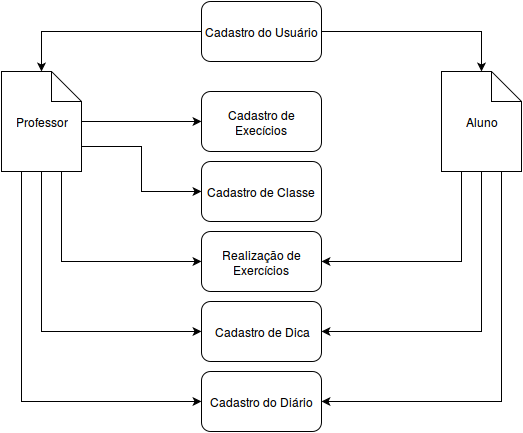
This is sistemadicas.png from gustavoCorreiaGonzalez/artigo-tcc, a draw.io export, as it was before one commit. Source tidied: cells renumbered, new cells last; positions are measured from the earlier drawing's top-left corner, leaving out a move shared by most shapes.
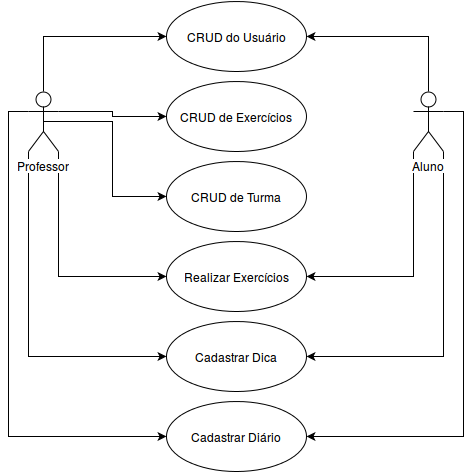
After the commit.

What changed in the source:
```diff
@@ -2,59 +2,59 @@
   <root>
     <mxCell id="0" />
     <mxCell id="1" parent="0" />
-    <mxCell id="2" style="edgeStyle=orthogonalEdgeStyle;rounded=0;html=1;exitX=0;exitY=0.5;entryX=0.5;entryY=0;endArrow=classic;endFill=1;jettySize=auto;" parent="1" edge="1" source="4" target="16">
-      <mxGeometry relative="1" as="geometry" />
-    </mxCell>
-    <mxCell id="3" style="edgeStyle=orthogonalEdgeStyle;rounded=0;html=1;exitX=1;exitY=0.5;endArrow=classic;endFill=1;jettySize=auto;" parent="1" edge="1" source="4" target="10">
-      <mxGeometry relative="1" as="geometry" />
-    </mxCell>
-    <mxCell id="4" value="Cadastro do Usuário&lt;br&gt;" style="rounded=1;whiteSpace=wrap;html=1;" parent="1" vertex="1">
-      <mxGeometry x="200" width="120" height="60" as="geometry" />
-    </mxCell>
-    <mxCell id="5" value="Cadastro de Execícios&lt;br&gt;" style="rounded=1;whiteSpace=wrap;html=1;" parent="1" vertex="1">
-      <mxGeometry x="200" y="90" width="120" height="60" as="geometry" />
-    </mxCell>
-    <mxCell id="6" value="Cadastro de Classe&lt;br&gt;" style="rounded=1;whiteSpace=wrap;html=1;" parent="1" vertex="1">
-      <mxGeometry x="200" y="160" width="120" height="60" as="geometry" />
-    </mxCell>
-    <mxCell id="7" style="edgeStyle=orthogonalEdgeStyle;rounded=0;html=1;exitX=0.25;exitY=1;entryX=1;entryY=0.5;endArrow=classic;endFill=1;jettySize=auto;" parent="1" edge="1" source="10" target="17">
-      <mxGeometry relative="1" as="geometry" />
-    </mxCell>
-    <mxCell id="8" style="edgeStyle=orthogonalEdgeStyle;rounded=0;html=1;exitX=0.5;exitY=1;entryX=1;entryY=0.5;endArrow=classic;endFill=1;jettySize=auto;" parent="1" edge="1" source="10" target="18">
-      <mxGeometry relative="1" as="geometry" />
-    </mxCell>
-    <mxCell id="9" style="edgeStyle=orthogonalEdgeStyle;rounded=0;html=1;exitX=0.75;exitY=1;entryX=1;entryY=0.5;endArrow=classic;endFill=1;jettySize=auto;" parent="1" edge="1" source="10" target="19">
-      <mxGeometry relative="1" as="geometry" />
-    </mxCell>
+    <mxCell id="20" style="edgeStyle=orthogonalEdgeStyle;rounded=0;html=1;exitX=0.5;exitY=0;exitPerimeter=0;entryX=0;entryY=0.5;endArrow=classic;endFill=1;jettySize=auto;" parent="1" edge="1" source="16" target="30">
+      <mxGeometry relative="1" as="geometry" />
+    </mxCell>
+    <mxCell id="21" style="edgeStyle=orthogonalEdgeStyle;rounded=0;html=1;exitX=1;exitY=0.3333333333333333;exitPerimeter=0;entryX=0;entryY=0.5;endArrow=classic;endFill=1;jettySize=auto;" parent="1" edge="1" source="16" target="31">
+      <mxGeometry relative="1" as="geometry" />
+    </mxCell>
+    <mxCell id="22" style="edgeStyle=orthogonalEdgeStyle;rounded=0;html=1;exitX=0.5;exitY=0.5;exitPerimeter=0;entryX=0;entryY=0.5;endArrow=classic;endFill=1;jettySize=auto;" parent="1" edge="1" source="16" target="32">
+      <mxGeometry relative="1" as="geometry" />
+    </mxCell>
+    <mxCell id="23" style="edgeStyle=orthogonalEdgeStyle;rounded=0;html=1;exitX=1;exitY=1;exitPerimeter=0;entryX=0;entryY=0.5;endArrow=classic;endFill=1;jettySize=auto;" parent="1" edge="1" source="16" target="33">
+      <mxGeometry relative="1" as="geometry" />
+    </mxCell>
+    <mxCell id="24" style="edgeStyle=orthogonalEdgeStyle;rounded=0;html=1;exitX=0;exitY=1;exitPerimeter=0;entryX=0;entryY=0.5;endArrow=classic;endFill=1;jettySize=auto;" parent="1" edge="1" source="16" target="34">
+      <mxGeometry relative="1" as="geometry" />
+    </mxCell>
+    <mxCell id="25" style="edgeStyle=orthogonalEdgeStyle;rounded=0;html=1;exitX=0;exitY=0.3333333333333333;exitPerimeter=0;entryX=0;entryY=0.5;endArrow=classic;endFill=1;jettySize=auto;" parent="1" edge="1" source="16" target="35">
+      <mxGeometry relative="1" as="geometry" />
+    </mxCell>
+    <mxCell id="16" value="Professor&lt;br&gt;" style="shape=umlActor;verticalLabelPosition=bottom;labelBackgroundColor=#ffffff;verticalAlign=top;html=1;" parent="1" vertex="1">
+      <mxGeometry x="165" y="100" width="30" height="60" as="geometry" />
+    </mxCell>
+    <mxCell id="26" style="edgeStyle=orthogonalEdgeStyle;rounded=0;html=1;exitX=0.5;exitY=0;exitPerimeter=0;entryX=1;entryY=0.5;endArrow=classic;endFill=1;jettySize=auto;" parent="1" edge="1" source="10" target="30">
+      <mxGeometry relative="1" as="geometry" />
+    </mxCell>
+    <mxCell id="27" style="edgeStyle=orthogonalEdgeStyle;rounded=0;html=1;exitX=0;exitY=1;exitPerimeter=0;entryX=1;entryY=0.5;endArrow=classic;endFill=1;jettySize=auto;" parent="1" edge="1" source="10" target="33">
+      <mxGeometry relative="1" as="geometry" />
+    </mxCell>
+    <mxCell id="28" style="edgeStyle=orthogonalEdgeStyle;rounded=0;html=1;exitX=1;exitY=1;exitPerimeter=0;entryX=1;entryY=0.5;endArrow=classic;endFill=1;jettySize=auto;" parent="1" edge="1" source="10" target="34">
+      <mxGeometry relative="1" as="geometry" />
+    </mxCell>
+    <mxCell id="29" style="edgeStyle=orthogonalEdgeStyle;rounded=0;html=1;exitX=1;exitY=0.3333333333333333;exitPerimeter=0;entryX=1;entryY=0.5;endArrow=classic;endFill=1;jettySize=auto;" parent="1" edge="1" source="10" target="35">
+      <mxGeometry relative="1" as="geometry" />
+    </mxCell>
-    <mxCell id="10" value="Aluno" style="shape=note;whiteSpace=wrap;html=1;" parent="1" vertex="1">
-      <mxGeometry x="440" y="70" width="80" height="100" as="geometry" />
+    <mxCell id="10" value="Aluno&lt;br&gt;" style="shape=umlActor;verticalLabelPosition=bottom;labelBackgroundColor=#ffffff;verticalAlign=top;html=1;" parent="1" vertex="1">
+      <mxGeometry x="550" y="100" width="30" height="60" as="geometry" />
     </mxCell>
-    <mxCell id="11" style="edgeStyle=orthogonalEdgeStyle;rounded=0;html=1;exitX=1;exitY=0.5;entryX=0;entryY=0.5;endArrow=classic;endFill=1;jettySize=auto;" parent="1" edge="1" source="16" target="5">
-      <mxGeometry relative="1" as="geometry" />
-    </mxCell>
-    <mxCell id="12" style="edgeStyle=orthogonalEdgeStyle;rounded=0;html=1;exitX=1;exitY=0.75;entryX=0;entryY=0.5;endArrow=classic;endFill=1;jettySize=auto;" parent="1" edge="1" source="16" target="6">
-      <mxGeometry relative="1" as="geometry" />
-    </mxCell>
-    <mxCell id="13" style="edgeStyle=orthogonalEdgeStyle;rounded=0;html=1;exitX=0.5;exitY=1;entryX=0;entryY=0.5;endArrow=classic;endFill=1;jettySize=auto;" parent="1" edge="1" source="16" target="18">
-      <mxGeometry relative="1" as="geometry" />
-    </mxCell>
-    <mxCell id="14" style="edgeStyle=orthogonalEdgeStyle;rounded=0;html=1;exitX=0.75;exitY=1;entryX=0;entryY=0.5;endArrow=classic;endFill=1;jettySize=auto;" parent="1" edge="1" source="16" target="17">
-      <mxGeometry relative="1" as="geometry" />
-    </mxCell>
-    <mxCell id="15" style="edgeStyle=orthogonalEdgeStyle;rounded=0;html=1;exitX=0.25;exitY=1;entryX=0;entryY=0.5;endArrow=classic;endFill=1;jettySize=auto;" parent="1" edge="1" source="16" target="19">
-      <mxGeometry relative="1" as="geometry" />
-    </mxCell>
-    <mxCell id="16" value="Professor" style="shape=note;whiteSpace=wrap;html=1;" parent="1" vertex="1">
-      <mxGeometry y="70" width="80" height="100" as="geometry" />
-    </mxCell>
-    <mxCell id="17" value="Realização de Exercícios&lt;br&gt;" style="rounded=1;whiteSpace=wrap;html=1;" parent="1" vertex="1">
-      <mxGeometry x="200" y="230" width="120" height="60" as="geometry" />
-    </mxCell>
-    <mxCell id="18" value="Cadastro de Dica" style="rounded=1;whiteSpace=wrap;html=1;" parent="1" vertex="1">
-      <mxGeometry x="200" y="300" width="120" height="60" as="geometry" />
-    </mxCell>
-    <mxCell id="19" value="Cadastro do Diário&lt;br&gt;" style="rounded=1;whiteSpace=wrap;html=1;" parent="1" vertex="1">
-      <mxGeometry x="200" y="370" width="120" height="60" as="geometry" />
-    </mxCell>
+    <mxCell id="30" value="CRUD do Usuário&lt;br&gt;" style="ellipse;whiteSpace=wrap;html=1;" parent="1" vertex="1">
+      <mxGeometry x="303" y="10" width="140" height="70" as="geometry" />
+    </mxCell>
+    <mxCell id="31" value="CRUD de Exercícios&lt;br&gt;" style="ellipse;whiteSpace=wrap;html=1;" parent="1" vertex="1">
+      <mxGeometry x="303" y="90" width="140" height="70" as="geometry" />
+    </mxCell>
+    <mxCell id="32" value="CRUD de Turma&lt;br&gt;" style="ellipse;whiteSpace=wrap;html=1;" parent="1" vertex="1">
+      <mxGeometry x="303" y="170" width="140" height="70" as="geometry" />
+    </mxCell>
+    <mxCell id="33" value="Realizar Exercícios&lt;br&gt;" style="ellipse;whiteSpace=wrap;html=1;" parent="1" vertex="1">
+      <mxGeometry x="303" y="250" width="140" height="70" as="geometry" />
+    </mxCell>
+    <mxCell id="34" value="Cadastrar Dica&lt;br&gt;" style="ellipse;whiteSpace=wrap;html=1;" parent="1" vertex="1">
+      <mxGeometry x="303" y="330" width="140" height="70" as="geometry" />
+    </mxCell>
+    <mxCell id="35" value="Cadastrar Diário&lt;br&gt;" style="ellipse;whiteSpace=wrap;html=1;" parent="1" vertex="1">
+      <mxGeometry x="303" y="410" width="140" height="70" as="geometry" />
+    </mxCell>
   </root>
 </mxGraphModel>
```
